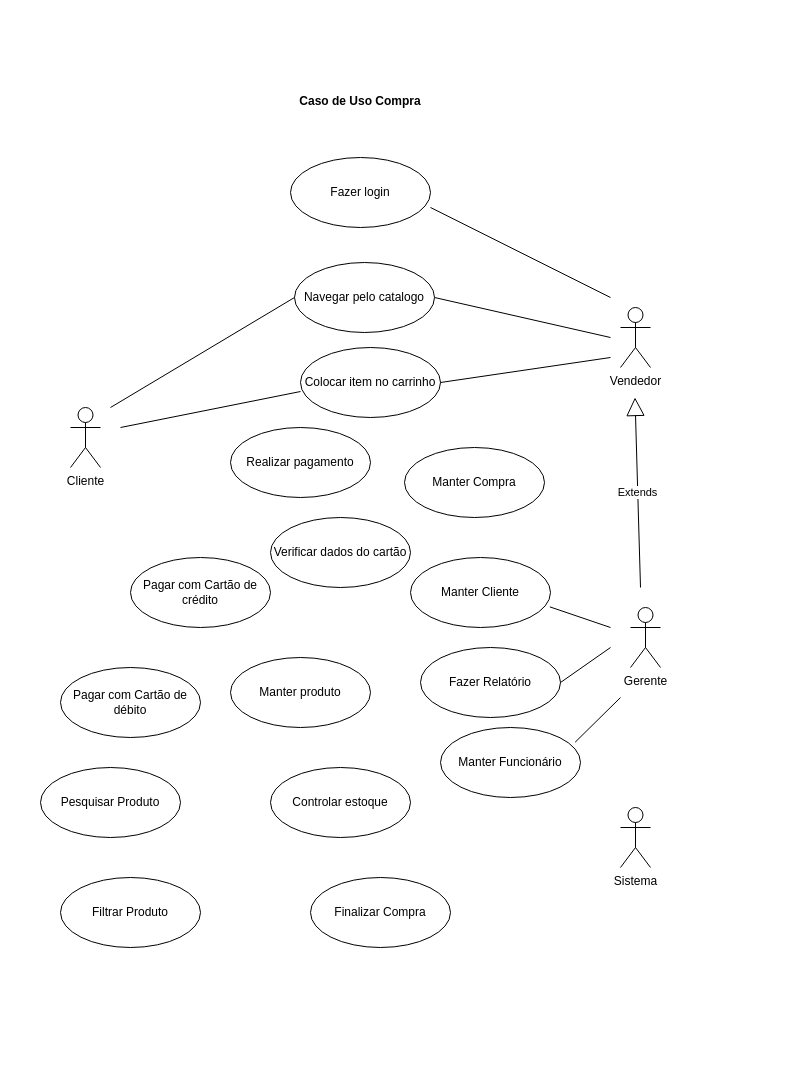
Earlier version of the draw.io diagram CasoDeUso.drawio (EdilsonMedeiros/Projeto-Loja). Source tidied: cells renumbered, new cells numbered last; positions are measured from the earlier drawing's top-left corner, leaving out a move shared by most shapes. Both pictures are drawn from the tidied source at 100%, with x=0, y=0 at pixel (40, 87).
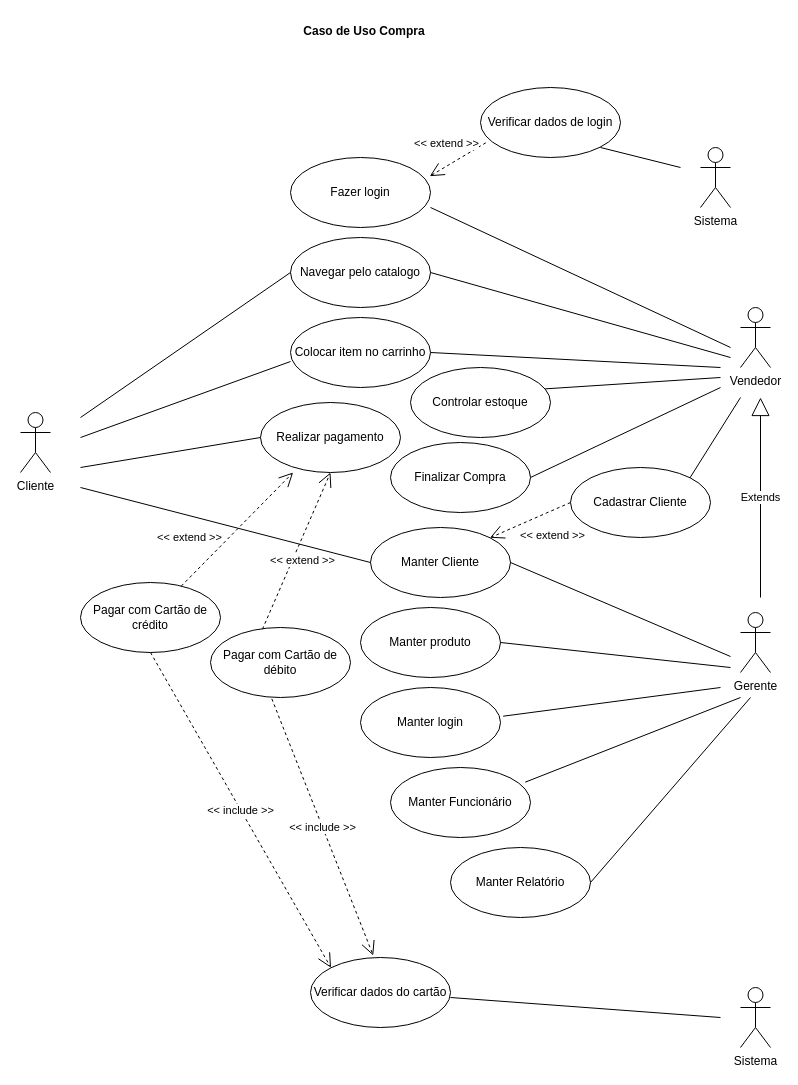
The same page after the edit.

Unchanged cells that the change refers to:
```xml
<mxCell id="11" value="Fazer login" style="ellipse;whiteSpace=wrap;html=1;" parent="1" vertex="1">
  <mxGeometry x="250" y="70" width="140" height="70" as="geometry" />
</mxCell>
```

What changed in the source:
```diff
@@
     <mxCell id="2" value="Cliente" style="shape=umlActor;verticalLabelPosition=bottom;verticalAlign=top;html=1;" parent="1" vertex="1">
-      <mxGeometry x="30" y="320" width="30" height="60" as="geometry" />
+      <mxGeometry x="-20" y="325" width="30" height="60" as="geometry" />
     </mxCell>
     <mxCell id="3" value="Vendedor" style="shape=umlActor;verticalLabelPosition=bottom;verticalAlign=top;html=1;" parent="1" vertex="1">
-      <mxGeometry x="580" y="220" width="30" height="60" as="geometry" />
+      <mxGeometry x="700" y="220" width="30" height="60" as="geometry" />
     </mxCell>
     <mxCell id="4" value="Gerente" style="shape=umlActor;verticalLabelPosition=bottom;verticalAlign=top;html=1;" parent="1" vertex="1">
-      <mxGeometry x="590" y="520" width="30" height="60" as="geometry" />
+      <mxGeometry x="700" y="525" width="30" height="60" as="geometry" />
     </mxCell>
     <mxCell id="5" value="Sistema" style="shape=umlActor;verticalLabelPosition=bottom;verticalAlign=top;html=1;" parent="1" vertex="1">
-      <mxGeometry x="580" y="720" width="30" height="60" as="geometry" />
+      <mxGeometry x="700" y="900" width="30" height="60" as="geometry" />
     </mxCell>
     <mxCell id="6" value="Caso de Uso Compra" style="text;align=center;fontStyle=1;verticalAlign=middle;spacingLeft=3;spacingRight=3;strokeColor=none;" parent="1" vertex="1">
-      <mxGeometry x="280" width="80" height="26" as="geometry" />
+      <mxGeometry x="284" y="-70" width="80" height="26" as="geometry" />
     </mxCell>
     <mxCell id="7" value="Navegar pelo catalogo" style="ellipse;whiteSpace=wrap;html=1;" parent="1" vertex="1">
-      <mxGeometry x="254" y="175" width="140" height="70" as="geometry" />
+      <mxGeometry x="250" y="150" width="140" height="70" as="geometry" />
     </mxCell>
     <mxCell id="8" style="endArrow=none;html=1;entryX=0;entryY=0.5;entryDx=0;entryDy=0;" parent="1" edge="1" target="7">
       <mxGeometry relative="1" as="geometry">
-        <mxPoint x="70" y="320" as="sourcePoint" />
+        <mxPoint x="40" y="330" as="sourcePoint" />
       </mxGeometry>
     </mxCell>
     <mxCell id="9" value="Extends" style="endArrow=block;endSize=16;endFill=0;html=1;" parent="1" edge="1">
       <mxGeometry relative="1" as="geometry">
-        <mxPoint x="600" y="500" as="sourcePoint" />
-        <mxPoint x="594.5" y="310" as="targetPoint" />
+        <mxPoint x="720" y="510" as="sourcePoint" />
+        <mxPoint x="720" y="310" as="targetPoint" />
       </mxGeometry>
     </mxCell>
     <mxCell id="10" style="endArrow=none;html=1;exitX=1;exitY=0.5;exitDx=0;exitDy=0;" parent="1" edge="1" source="7">
       <mxGeometry relative="1" as="geometry">
-        <mxPoint x="570" y="250" as="targetPoint" />
+        <mxPoint x="690" y="270" as="targetPoint" />
       </mxGeometry>
     </mxCell>
@@
     <mxCell id="12" style="endArrow=none;html=1;entryX=1;entryY=0.714;entryDx=0;entryDy=0;entryPerimeter=0;" parent="1" edge="1" target="11">
       <mxGeometry relative="1" as="geometry">
-        <mxPoint x="570" y="210" as="sourcePoint" />
+        <mxPoint x="690" y="260" as="sourcePoint" />
       </mxGeometry>
     </mxCell>
-    <mxCell id="13" value="Fazer Relatório" style="ellipse;whiteSpace=wrap;html=1;" parent="1" vertex="1">
-      <mxGeometry x="380" y="560" width="140" height="70" as="geometry" />
+    <mxCell id="13" value="Manter Relatório" style="ellipse;whiteSpace=wrap;html=1;" parent="1" vertex="1">
+      <mxGeometry x="410" y="760" width="140" height="70" as="geometry" />
     </mxCell>
     <mxCell id="14" value="Manter Cliente" style="ellipse;whiteSpace=wrap;html=1;" parent="1" vertex="1">
-      <mxGeometry x="370" y="470" width="140" height="70" as="geometry" />
+      <mxGeometry x="330" y="440" width="140" height="70" as="geometry" />
     </mxCell>
-    <mxCell id="15" style="endArrow=none;html=1;entryX=0.995;entryY=0.705;entryDx=0;entryDy=0;entryPerimeter=0;" parent="1" edge="1" target="14">
+    <mxCell id="15" style="endArrow=none;html=1;entryX=1;entryY=0.5;entryDx=0;entryDy=0;" parent="1" edge="1" target="14">
       <mxGeometry relative="1" as="geometry">
-        <mxPoint x="570" y="540" as="sourcePoint" />
+        <mxPoint x="690" y="569" as="sourcePoint" />
       </mxGeometry>
     </mxCell>
     <mxCell id="16" style="endArrow=none;html=1;exitX=1;exitY=0.5;exitDx=0;exitDy=0;" parent="1" edge="1" source="13">
       <mxGeometry relative="1" as="geometry">
-        <mxPoint x="570" y="560" as="targetPoint" />
+        <mxPoint x="710" y="610" as="targetPoint" />
       </mxGeometry>
     </mxCell>
     <mxCell id="17" value="Colocar item no carrinho" style="ellipse;whiteSpace=wrap;html=1;" parent="1" vertex="1">
-      <mxGeometry x="260" y="260" width="140" height="70" as="geometry" />
+      <mxGeometry x="250" y="230" width="140" height="70" as="geometry" />
     </mxCell>
     <mxCell id="18" style="endArrow=none;html=1;entryX=0;entryY=0.629;entryDx=0;entryDy=0;entryPerimeter=0;" parent="1" edge="1" target="17">
       <mxGeometry relative="1" as="geometry">
-        <mxPoint x="80" y="340" as="sourcePoint" />
+        <mxPoint x="40" y="350" as="sourcePoint" />
       </mxGeometry>
     </mxCell>
     <mxCell id="19" style="endArrow=none;html=1;exitX=1;exitY=0.5;exitDx=0;exitDy=0;" parent="1" edge="1" source="17">
       <mxGeometry relative="1" as="geometry">
-        <mxPoint x="570" y="270" as="targetPoint" />
+        <mxPoint x="680" y="280" as="targetPoint" />
       </mxGeometry>
     </mxCell>
     <mxCell id="20" value="Manter Funcionário" style="ellipse;whiteSpace=wrap;html=1;" parent="1" vertex="1">
-      <mxGeometry x="400" y="640" width="140" height="70" as="geometry" />
+      <mxGeometry x="350" y="680" width="140" height="70" as="geometry" />
     </mxCell>
     <mxCell id="21" style="endArrow=none;html=1;exitX=0.962;exitY=0.21;exitDx=0;exitDy=0;exitPerimeter=0;" parent="1" edge="1" source="20">
       <mxGeometry relative="1" as="geometry">
-        <mxPoint x="580" y="610" as="targetPoint" />
+        <mxPoint x="700" y="610" as="targetPoint" />
       </mxGeometry>
     </mxCell>
     <mxCell id="22" value="Manter produto" style="ellipse;whiteSpace=wrap;html=1;" parent="1" vertex="1">
-      <mxGeometry x="190" y="570" width="140" height="70" as="geometry" />
+      <mxGeometry x="320" y="520" width="140" height="70" as="geometry" />
     </mxCell>
     <mxCell id="23" value="Verificar dados do cartão" style="ellipse;whiteSpace=wrap;html=1;" parent="1" vertex="1">
-      <mxGeometry x="230" y="430" width="140" height="70" as="geometry" />
+      <mxGeometry x="270" y="870" width="140" height="70" as="geometry" />
     </mxCell>
     <mxCell id="24" value="Pagar com Cartão de crédito" style="ellipse;whiteSpace=wrap;html=1;" parent="1" vertex="1">
-      <mxGeometry x="90" y="470" width="140" height="70" as="geometry" />
+      <mxGeometry x="40" y="495" width="140" height="70" as="geometry" />
     </mxCell>
     <mxCell id="25" value="Pagar com Cartão de débito" style="ellipse;whiteSpace=wrap;html=1;" parent="1" vertex="1">
-      <mxGeometry x="20" y="580" width="140" height="70" as="geometry" />
+      <mxGeometry x="170" y="540" width="140" height="70" as="geometry" />
     </mxCell>
     <mxCell id="26" value="Realizar pagamento" style="ellipse;whiteSpace=wrap;html=1;" parent="1" vertex="1">
-      <mxGeometry x="190" y="340" width="140" height="70" as="geometry" />
+      <mxGeometry x="220" y="315" width="140" height="70" as="geometry" />
     </mxCell>
     <mxCell id="27" value="Controlar estoque" style="ellipse;whiteSpace=wrap;html=1;" parent="1" vertex="1">
-      <mxGeometry x="230" y="680" width="140" height="70" as="geometry" />
+      <mxGeometry x="370" y="280" width="140" height="70" as="geometry" />
     </mxCell>
-    <mxCell id="28" value="Finalizar Compra" style="ellipse;whiteSpace=wrap;html=1;" parent="1" vertex="1">
-      <mxGeometry x="270" y="790" width="140" height="70" as="geometry" />
-    </mxCell>
-    <mxCell id="29" value="Manter Compra" style="ellipse;whiteSpace=wrap;html=1;" parent="1" vertex="1">
-      <mxGeometry x="364" y="360" width="140" height="70" as="geometry" />
+    <mxCell id="29" value="Finalizar Compra" style="ellipse;whiteSpace=wrap;html=1;" parent="1" vertex="1">
+      <mxGeometry x="350" y="355" width="140" height="70" as="geometry" />
     </mxCell>
-    <mxCell id="30" value="Pesquisar Produto" style="ellipse;whiteSpace=wrap;html=1;" parent="1" vertex="1">
-      <mxGeometry y="680" width="140" height="70" as="geometry" />
-    </mxCell>
-    <mxCell id="31" value="Filtrar Produto" style="ellipse;whiteSpace=wrap;html=1;" parent="1" vertex="1">
-      <mxGeometry x="20" y="790" width="140" height="70" as="geometry" />
-    </mxCell>
+    <mxCell id="32" style="endArrow=none;html=1;exitX=1;exitY=0.5;exitDx=0;exitDy=0;" parent="1" edge="1" source="29">
+      <mxGeometry relative="1" as="geometry">
+        <mxPoint x="680" y="300" as="targetPoint" />
+      </mxGeometry>
+    </mxCell>
+    <mxCell id="33" style="endArrow=none;html=1;exitX=1;exitY=0.5;exitDx=0;exitDy=0;" parent="1" edge="1" source="22">
+      <mxGeometry relative="1" as="geometry">
+        <mxPoint x="690" y="580" as="targetPoint" />
+      </mxGeometry>
+    </mxCell>
+    <mxCell id="34" style="endArrow=none;html=1;exitX=0.962;exitY=0.305;exitDx=0;exitDy=0;exitPerimeter=0;" parent="1" edge="1" source="27">
+      <mxGeometry relative="1" as="geometry">
+        <mxPoint x="680" y="290" as="targetPoint" />
+      </mxGeometry>
+    </mxCell>
+    <mxCell id="35" style="endArrow=none;html=1;entryX=0;entryY=0.5;entryDx=0;entryDy=0;" parent="1" edge="1" target="26">
+      <mxGeometry relative="1" as="geometry">
+        <mxPoint x="40" y="380" as="sourcePoint" />
+      </mxGeometry>
+    </mxCell>
+    <mxCell id="36" value="&amp;lt;&amp;lt; extend &amp;gt;&amp;gt;" style="endArrow=open;endSize=12;dashed=1;html=1;entryX=0.233;entryY=1;entryDx=0;entryDy=0;entryPerimeter=0;" parent="1" edge="1" source="24" target="26">
+      <mxGeometry x="-0.49" y="27" relative="1" as="geometry">
+        <mxPoint x="-1" as="offset" />
+      </mxGeometry>
+    </mxCell>
+    <mxCell id="37" value="&amp;lt;&amp;lt; extend &amp;gt;&amp;gt;" style="endArrow=open;endSize=12;dashed=1;html=1;entryX=0.5;entryY=1;entryDx=0;entryDy=0;exitX=0.371;exitY=0.024;exitDx=0;exitDy=0;exitPerimeter=0;" parent="1" edge="1" source="25" target="26">
+      <mxGeometry x="-0.07" y="-9" relative="1" as="geometry" />
+    </mxCell>
+    <mxCell id="38" value="&amp;lt;&amp;lt; include &amp;gt;&amp;gt;" style="endArrow=open;endSize=12;dashed=1;html=1;exitX=0.438;exitY=1.019;exitDx=0;exitDy=0;exitPerimeter=0;entryX=0.448;entryY=-0.029;entryDx=0;entryDy=0;entryPerimeter=0;" parent="1" edge="1" source="25" target="23">
+      <mxGeometry relative="1" as="geometry" />
+    </mxCell>
+    <mxCell id="39" value="&amp;lt;&amp;lt; include &amp;gt;&amp;gt;" style="endArrow=open;endSize=12;dashed=1;html=1;exitX=0.5;exitY=1;exitDx=0;exitDy=0;entryX=0;entryY=0;entryDx=0;entryDy=0;" parent="1" edge="1" source="24" target="23">
+      <mxGeometry relative="1" as="geometry" />
+    </mxCell>
+    <mxCell id="40" style="endArrow=none;html=1;" parent="1" edge="1">
+      <mxGeometry relative="1" as="geometry">
+        <mxPoint x="410" y="910" as="sourcePoint" />
+        <mxPoint x="680" y="930" as="targetPoint" />
+      </mxGeometry>
+    </mxCell>
+    <mxCell id="41" style="endArrow=none;html=1;entryX=0;entryY=0.5;entryDx=0;entryDy=0;" parent="1" edge="1" target="14">
+      <mxGeometry relative="1" as="geometry">
+        <mxPoint x="40" y="400" as="sourcePoint" />
+      </mxGeometry>
+    </mxCell>
+    <mxCell id="42" value="Cadastrar Cliente" style="ellipse;whiteSpace=wrap;html=1;" parent="1" vertex="1">
+      <mxGeometry x="530" y="380" width="140" height="70" as="geometry" />
+    </mxCell>
+    <mxCell id="43" style="endArrow=none;html=1;exitX=1;exitY=0;exitDx=0;exitDy=0;" parent="1" edge="1" source="42">
+      <mxGeometry relative="1" as="geometry">
+        <mxPoint x="700" y="310" as="targetPoint" />
+      </mxGeometry>
+    </mxCell>
+    <mxCell id="44" value="&amp;lt;&amp;lt; extend &amp;gt;&amp;gt;" style="endArrow=open;endSize=12;dashed=1;html=1;entryX=1;entryY=0;entryDx=0;entryDy=0;exitX=0;exitY=0.5;exitDx=0;exitDy=0;" parent="1" edge="1" source="42" target="14">
+      <mxGeometry x="-0.34" y="23" relative="1" as="geometry">
+        <mxPoint x="-1" as="offset" />
+      </mxGeometry>
+    </mxCell>
+    <mxCell id="45" value="Manter login" style="ellipse;whiteSpace=wrap;html=1;" parent="1" vertex="1">
+      <mxGeometry x="320" y="600" width="140" height="70" as="geometry" />
+    </mxCell>
+    <mxCell id="46" style="endArrow=none;html=1;exitX=1.019;exitY=0.41;exitDx=0;exitDy=0;exitPerimeter=0;" parent="1" edge="1" source="45">
+      <mxGeometry relative="1" as="geometry">
+        <mxPoint x="680" y="600" as="targetPoint" />
+      </mxGeometry>
+    </mxCell>
+    <mxCell id="47" value="Sistema" style="shape=umlActor;verticalLabelPosition=bottom;verticalAlign=top;html=1;" parent="1" vertex="1">
+      <mxGeometry x="660" y="60" width="30" height="60" as="geometry" />
+    </mxCell>
+    <mxCell id="48" style="endArrow=none;html=1;" parent="1" edge="1">
+      <mxGeometry relative="1" as="geometry">
+        <mxPoint x="560" y="60" as="sourcePoint" />
+        <mxPoint x="640" y="80" as="targetPoint" />
+      </mxGeometry>
+    </mxCell>
+    <mxCell id="49" value="Verificar dados de login" style="ellipse;whiteSpace=wrap;html=1;" parent="1" vertex="1">
+      <mxGeometry x="440" width="140" height="70" as="geometry" />
+    </mxCell>
+    <mxCell id="50" value="&amp;lt;&amp;lt; extend &amp;gt;&amp;gt;" style="endArrow=open;endSize=12;dashed=1;html=1;entryX=0.995;entryY=0.267;entryDx=0;entryDy=0;exitX=0.038;exitY=0.79;exitDx=0;exitDy=0;entryPerimeter=0;exitPerimeter=0;" parent="1" edge="1" source="49" target="11">
+      <mxGeometry x="0.04" y="-19" relative="1" as="geometry" />
+    </mxCell>
```
